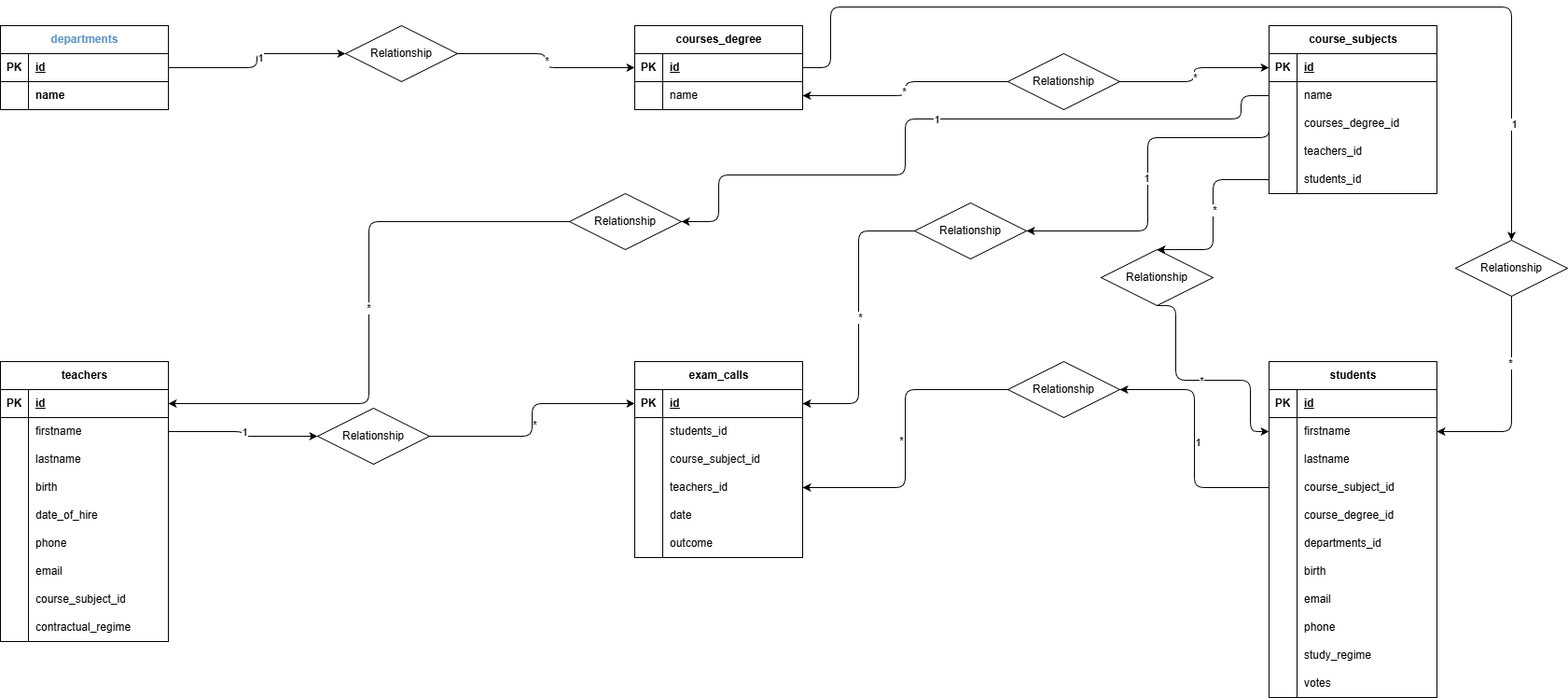
SimoneZoroddu/db-university keeps this draw.io diagram as schema.png. Above is the earlier version. Source tidied: cells renumbered, new cells last; positions are measured from the earlier drawing's top-left corner, leaving out a move shared by most shapes.
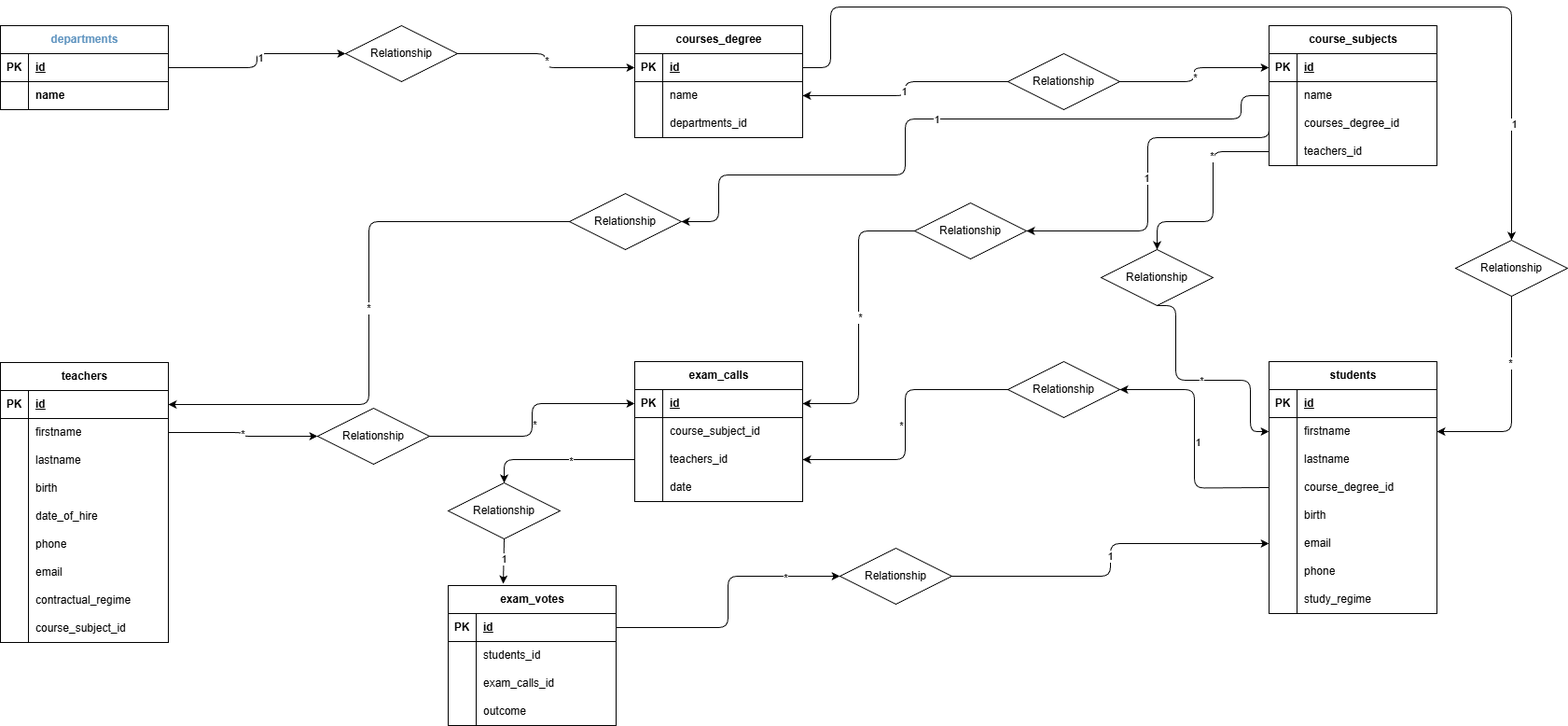
After the commit.

Commit message:
adjust votes and some cardinality

Change to the diagram source:
```diff
@@ -26,3 +26,3 @@
     <mxCell id="9" value="courses_degree" style="shape=table;startSize=30;rowLines=0;fontStyle=1;align=center;html=1;" parent="1" vertex="1">
-      <mxGeometry x="680" y="20" width="180" height="90" as="geometry" />
+      <mxGeometry x="680" y="20" width="180" height="120" as="geometry" />
     </mxCell>
@@ -46,4 +46,13 @@
     </mxCell>
+    <mxCell id="153" style="shape=tableRow;horizontal=0;startSize=0;swimlaneHead=0;swimlaneBody=0;fillColor=none;top=0;left=0;right=0;bottom=0;" parent="9" vertex="1">
+      <mxGeometry y="90" width="180" height="30" as="geometry" />
+    </mxCell>
+    <mxCell id="154" style="shape=partialRectangle;fillColor=none;top=0;left=0;bottom=0;right=0;overflow=hidden;whiteSpace=wrap;html=1;" parent="153" vertex="1">
+      <mxGeometry width="30" height="30" as="geometry" />
+    </mxCell>
+    <mxCell id="97" value="departments_id" style="shape=partialRectangle;fillColor=none;top=0;left=0;bottom=0;right=0;align=left;spacingLeft=6;overflow=hidden;whiteSpace=wrap;html=1;" parent="153" vertex="1">
+      <mxGeometry x="30" width="150" height="30" as="geometry" />
+    </mxCell>
     <mxCell id="16" value="course_subjects" style="shape=table;startSize=30;rowLines=0;fontStyle=1;align=center;html=1;" parent="1" vertex="1">
-      <mxGeometry x="1360" y="20" width="180" height="180" as="geometry" />
+      <mxGeometry x="1360" y="20" width="180" height="150" as="geometry" />
     </mxCell>
@@ -85,13 +94,4 @@
     </mxCell>
-    <mxCell id="29" style="shape=tableRow;horizontal=0;startSize=0;swimlaneHead=0;swimlaneBody=0;fillColor=none;points=[[0,0.5],[1,0.5]];portConstraint=eastwest;top=0;left=0;right=0;bottom=0;" parent="16" vertex="1">
-      <mxGeometry y="150" width="180" height="30" as="geometry" />
-    </mxCell>
-    <mxCell id="30" style="shape=partialRectangle;fillColor=none;top=0;left=0;bottom=0;right=0;overflow=hidden;whiteSpace=wrap;html=1;" parent="29" vertex="1">
-      <mxGeometry width="30" height="30" as="geometry" />
-    </mxCell>
-    <mxCell id="31" value="students_id" style="shape=partialRectangle;fillColor=none;top=0;left=0;bottom=0;right=0;align=left;spacingLeft=6;overflow=hidden;whiteSpace=wrap;html=1;" parent="29" vertex="1">
-      <mxGeometry x="30" width="150" height="30" as="geometry" />
-    </mxCell>
     <mxCell id="32" value="teachers" style="shape=table;startSize=30;rowLines=0;fontStyle=1;align=center;html=1;" parent="1" vertex="1">
-      <mxGeometry y="380" width="180" height="300" as="geometry" />
+      <mxGeometry y="381" width="180" height="300" as="geometry" />
     </mxCell>
@@ -166,3 +166,3 @@
     </mxCell>
-    <mxCell id="56" value="course_subject_id" style="shape=partialRectangle;fillColor=none;top=0;left=0;bottom=0;right=0;align=left;spacingLeft=6;overflow=hidden;whiteSpace=wrap;html=1;" parent="54" vertex="1">
+    <mxCell id="56" value="contractual_regime" style="shape=partialRectangle;fillColor=none;top=0;left=0;bottom=0;right=0;align=left;spacingLeft=6;overflow=hidden;whiteSpace=wrap;html=1;" parent="54" vertex="1">
       <mxGeometry x="30" width="150" height="30" as="geometry" />
@@ -175,3 +175,3 @@
     </mxCell>
-    <mxCell id="59" value="contractual_regime" style="shape=partialRectangle;fillColor=none;top=0;left=0;bottom=0;right=0;align=left;spacingLeft=6;overflow=hidden;whiteSpace=wrap;html=1;" parent="57" vertex="1">
+    <mxCell id="59" value="course_subject_id" style="shape=partialRectangle;fillColor=none;top=0;left=0;bottom=0;right=0;align=left;spacingLeft=6;overflow=hidden;whiteSpace=wrap;html=1;" parent="57" vertex="1">
       <mxGeometry x="30" width="150" height="30" as="geometry" />
@@ -179,3 +179,3 @@
     <mxCell id="60" value="exam_calls" style="shape=table;startSize=30;rowLines=0;fontStyle=1;align=center;html=1;" parent="1" vertex="1">
-      <mxGeometry x="680" y="380" width="180" height="210" as="geometry" />
+      <mxGeometry x="680" y="380" width="180" height="150" as="geometry" />
     </mxCell>
@@ -190,13 +190,4 @@
     </mxCell>
-    <mxCell id="64" style="shape=tableRow;horizontal=0;startSize=0;swimlaneHead=0;swimlaneBody=0;fillColor=none;top=0;left=0;right=0;bottom=0;" parent="60" vertex="1">
-      <mxGeometry y="60" width="180" height="30" as="geometry" />
-    </mxCell>
-    <mxCell id="65" style="shape=partialRectangle;fillColor=none;top=0;left=0;bottom=0;right=0;overflow=hidden;whiteSpace=wrap;html=1;" parent="64" vertex="1">
-      <mxGeometry width="30" height="30" as="geometry" />
-    </mxCell>
-    <mxCell id="66" value="students_id" style="shape=partialRectangle;fillColor=none;top=0;left=0;bottom=0;right=0;align=left;spacingLeft=6;overflow=hidden;whiteSpace=wrap;html=1;" parent="64" vertex="1">
-      <mxGeometry x="30" width="150" height="30" as="geometry" />
-    </mxCell>
     <mxCell id="67" style="shape=tableRow;horizontal=0;startSize=0;swimlaneHead=0;swimlaneBody=0;fillColor=none;top=0;left=0;right=0;bottom=0;" parent="60" vertex="1">
-      <mxGeometry y="90" width="180" height="30" as="geometry" />
+      <mxGeometry y="60" width="180" height="30" as="geometry" />
     </mxCell>
@@ -209,3 +200,3 @@
     <mxCell id="70" style="shape=tableRow;horizontal=0;startSize=0;swimlaneHead=0;swimlaneBody=0;fillColor=none;points=[[0,0.5],[1,0.5]];portConstraint=eastwest;top=0;left=0;right=0;bottom=0;" parent="60" vertex="1">
-      <mxGeometry y="120" width="180" height="30" as="geometry" />
+      <mxGeometry y="90" width="180" height="30" as="geometry" />
     </mxCell>
@@ -218,3 +209,3 @@
     <mxCell id="73" style="shape=tableRow;horizontal=0;startSize=0;swimlaneHead=0;swimlaneBody=0;fillColor=none;top=0;left=0;right=0;bottom=0;" parent="60" vertex="1">
-      <mxGeometry y="150" width="180" height="30" as="geometry" />
+      <mxGeometry y="120" width="180" height="30" as="geometry" />
     </mxCell>
@@ -226,13 +217,4 @@
     </mxCell>
-    <mxCell id="76" style="shape=tableRow;horizontal=0;startSize=0;swimlaneHead=0;swimlaneBody=0;fillColor=none;top=0;left=0;right=0;bottom=0;" parent="60" vertex="1">
-      <mxGeometry y="180" width="180" height="30" as="geometry" />
-    </mxCell>
-    <mxCell id="77" style="shape=partialRectangle;fillColor=none;top=0;left=0;bottom=0;right=0;overflow=hidden;whiteSpace=wrap;html=1;" parent="76" vertex="1">
-      <mxGeometry width="30" height="30" as="geometry" />
-    </mxCell>
-    <mxCell id="78" value="outcome" style="shape=partialRectangle;fillColor=none;top=0;left=0;bottom=0;right=0;align=left;spacingLeft=6;overflow=hidden;whiteSpace=wrap;html=1;" parent="76" vertex="1">
-      <mxGeometry x="30" width="150" height="30" as="geometry" />
-    </mxCell>
     <mxCell id="79" value="students" style="shape=table;startSize=30;rowLines=0;fontStyle=1;align=center;html=1;" parent="1" vertex="1">
-      <mxGeometry x="1360" y="380" width="180" height="360" as="geometry" />
+      <mxGeometry x="1360" y="380" width="180" height="270" as="geometry" />
     </mxCell>
@@ -265,13 +247,4 @@
     </mxCell>
-    <mxCell id="89" style="shape=tableRow;horizontal=0;startSize=0;swimlaneHead=0;swimlaneBody=0;fillColor=none;points=[[0,0.5],[1,0.5]];portConstraint=eastwest;top=0;left=0;right=0;bottom=0;" parent="79" vertex="1">
-      <mxGeometry y="120" width="180" height="30" as="geometry" />
-    </mxCell>
-    <mxCell id="90" style="shape=partialRectangle;fillColor=none;top=0;left=0;bottom=0;right=0;overflow=hidden;whiteSpace=wrap;html=1;" parent="89" vertex="1">
-      <mxGeometry width="30" height="30" as="geometry" />
-    </mxCell>
-    <mxCell id="91" value="course_subject_id" style="shape=partialRectangle;fillColor=none;top=0;left=0;bottom=0;right=0;align=left;spacingLeft=6;overflow=hidden;whiteSpace=wrap;html=1;" parent="89" vertex="1">
-      <mxGeometry x="30" width="150" height="30" as="geometry" />
-    </mxCell>
     <mxCell id="92" style="shape=tableRow;horizontal=0;startSize=0;swimlaneHead=0;swimlaneBody=0;fillColor=none;top=0;left=0;right=0;bottom=0;" parent="79" vertex="1">
-      <mxGeometry y="150" width="180" height="30" as="geometry" />
+      <mxGeometry y="120" width="180" height="30" as="geometry" />
     </mxCell>
@@ -283,13 +256,4 @@
     </mxCell>
-    <mxCell id="95" style="shape=tableRow;horizontal=0;startSize=0;swimlaneHead=0;swimlaneBody=0;fillColor=none;top=0;left=0;right=0;bottom=0;" parent="79" vertex="1">
-      <mxGeometry y="180" width="180" height="30" as="geometry" />
-    </mxCell>
-    <mxCell id="96" style="shape=partialRectangle;fillColor=none;top=0;left=0;bottom=0;right=0;overflow=hidden;whiteSpace=wrap;html=1;" parent="95" vertex="1">
-      <mxGeometry width="30" height="30" as="geometry" />
-    </mxCell>
-    <mxCell id="97" value="departments_id" style="shape=partialRectangle;fillColor=none;top=0;left=0;bottom=0;right=0;align=left;spacingLeft=6;overflow=hidden;whiteSpace=wrap;html=1;" parent="95" vertex="1">
-      <mxGeometry x="30" width="150" height="30" as="geometry" />
-    </mxCell>
     <mxCell id="98" style="shape=tableRow;horizontal=0;startSize=0;swimlaneHead=0;swimlaneBody=0;fillColor=none;top=0;left=0;right=0;bottom=0;" parent="79" vertex="1">
-      <mxGeometry y="210" width="180" height="30" as="geometry" />
+      <mxGeometry y="150" width="180" height="30" as="geometry" />
     </mxCell>
@@ -302,3 +266,3 @@
     <mxCell id="101" style="shape=tableRow;horizontal=0;startSize=0;swimlaneHead=0;swimlaneBody=0;fillColor=none;points=[[0,0.5],[1,0.5]];portConstraint=eastwest;top=0;left=0;right=0;bottom=0;" parent="79" vertex="1">
-      <mxGeometry y="240" width="180" height="30" as="geometry" />
+      <mxGeometry y="180" width="180" height="30" as="geometry" />
     </mxCell>
@@ -311,3 +275,3 @@
     <mxCell id="104" style="shape=tableRow;horizontal=0;startSize=0;swimlaneHead=0;swimlaneBody=0;fillColor=none;top=0;left=0;right=0;bottom=0;" parent="79" vertex="1">
-      <mxGeometry y="270" width="180" height="30" as="geometry" />
+      <mxGeometry y="210" width="180" height="30" as="geometry" />
     </mxCell>
@@ -320,3 +284,3 @@
     <mxCell id="107" style="shape=tableRow;horizontal=0;startSize=0;swimlaneHead=0;swimlaneBody=0;fillColor=none;top=0;left=0;right=0;bottom=0;" parent="79" vertex="1">
-      <mxGeometry y="300" width="180" height="30" as="geometry" />
+      <mxGeometry y="240" width="180" height="30" as="geometry" />
     </mxCell>
@@ -328,11 +292,2 @@
     </mxCell>
-    <mxCell id="110" style="shape=tableRow;horizontal=0;startSize=0;swimlaneHead=0;swimlaneBody=0;fillColor=none;top=0;left=0;right=0;bottom=0;" parent="79" vertex="1">
-      <mxGeometry y="330" width="180" height="30" as="geometry" />
-    </mxCell>
-    <mxCell id="111" style="shape=partialRectangle;fillColor=none;top=0;left=0;bottom=0;right=0;overflow=hidden;whiteSpace=wrap;html=1;" parent="110" vertex="1">
-      <mxGeometry width="30" height="30" as="geometry" />
-    </mxCell>
-    <mxCell id="112" value="votes" style="shape=partialRectangle;fillColor=none;top=0;left=0;bottom=0;right=0;align=left;spacingLeft=6;overflow=hidden;whiteSpace=wrap;html=1;" parent="110" vertex="1">
-      <mxGeometry x="30" width="150" height="30" as="geometry" />
-    </mxCell>
     <mxCell id="113" style="edgeStyle=orthogonalEdgeStyle;html=1;exitX=1;exitY=0.5;exitDx=0;exitDy=0;entryX=0;entryY=0.5;entryDx=0;entryDy=0;" parent="1" edge="1" source="115" target="10">
@@ -355,3 +310,3 @@
     </mxCell>
-    <mxCell id="119" value="*" style="edgeLabel;html=1;align=center;verticalAlign=middle;" parent="118" vertex="1">
+    <mxCell id="119" value="1" style="edgeLabel;html=1;align=center;verticalAlign=middle;" parent="118" vertex="1">
       <mxGeometry x="0.02" y="-2" relative="1" as="geometry" />
@@ -401,15 +356,6 @@
     </mxCell>
-    <mxCell id="132" style="edgeStyle=orthogonalEdgeStyle;html=1;exitX=0;exitY=0.5;exitDx=0;exitDy=0;entryX=0.5;entryY=0;entryDx=0;entryDy=0;" parent="1" edge="1" source="29" target="129">
-      <mxGeometry relative="1" as="geometry">
-        <Array as="points">
-          <mxPoint x="1300" y="185" />
-          <mxPoint x="1300" y="260" />
-        </Array>
-      </mxGeometry>
-    </mxCell>
-    <mxCell id="133" value="*" style="edgeLabel;html=1;align=center;verticalAlign=middle;" parent="132" vertex="1">
-      <mxGeometry x="-0.06" y="1" relative="1" as="geometry" />
-    </mxCell>
-    <mxCell id="134" style="edgeStyle=orthogonalEdgeStyle;html=1;exitX=0;exitY=0.5;exitDx=0;exitDy=0;entryX=1;entryY=0.5;entryDx=0;entryDy=0;" parent="1" edge="1" source="89" target="126">
-      <mxGeometry relative="1" as="geometry" />
+    <mxCell id="134" style="edgeStyle=orthogonalEdgeStyle;html=1;exitX=0;exitY=0.5;exitDx=0;exitDy=0;entryX=1;entryY=0.5;entryDx=0;entryDy=0;" parent="1" edge="1" target="126">
+      <mxGeometry relative="1" as="geometry">
+        <mxPoint x="1360" y="515" as="sourcePoint" />
+      </mxGeometry>
     </mxCell>
@@ -466,5 +412,5 @@
     </mxCell>
-    <mxCell id="147" value="1" style="edgeLabel;html=1;align=center;verticalAlign=middle;" parent="146" vertex="1">
-      <mxGeometry x="-0.03" y="1" relative="1" as="geometry" />
-    </mxCell>
+    <mxCell id="155" value="*" style="edgeLabel;html=1;align=center;verticalAlign=middle;" parent="146" vertex="1">
+      <mxGeometry x="-0.01" y="-1" relative="1" as="geometry" />
+    </mxCell>
     <mxCell id="148" style="edgeStyle=orthogonalEdgeStyle;html=1;exitX=0.5;exitY=1;exitDx=0;exitDy=0;entryX=1;entryY=0.5;entryDx=0;entryDy=0;" parent="1" edge="1" source="150" target="83">
@@ -490,2 +436,83 @@
     </mxCell>
+    <mxCell id="156" style="edgeStyle=orthogonalEdgeStyle;html=1;exitX=0;exitY=0.5;exitDx=0;exitDy=0;entryX=0.5;entryY=0;entryDx=0;entryDy=0;" parent="1" edge="1" source="26" target="129">
+      <mxGeometry relative="1" as="geometry">
+        <Array as="points">
+          <mxPoint x="1300" y="155" />
+          <mxPoint x="1300" y="230" />
+          <mxPoint x="1240" y="230" />
+        </Array>
+      </mxGeometry>
+    </mxCell>
+    <mxCell id="157" value="*" style="edgeLabel;html=1;align=center;verticalAlign=middle;" parent="156" vertex="1">
+      <mxGeometry x="-0.43" y="-2" relative="1" as="geometry" />
+    </mxCell>
+    <mxCell id="158" value="exam_votes" style="shape=table;startSize=30;rowLines=0;fontStyle=1;align=center;html=1;" parent="1" vertex="1">
+      <mxGeometry x="480" y="620" width="180" height="150" as="geometry" />
+    </mxCell>
+    <mxCell id="159" style="shape=tableRow;horizontal=0;startSize=0;swimlaneHead=0;swimlaneBody=0;fillColor=none;points=[[0,0.5],[1,0.5]];portConstraint=eastwest;top=0;left=0;right=0;bottom=1;" parent="158" vertex="1">
+      <mxGeometry y="30" width="180" height="30" as="geometry" />
+    </mxCell>
+    <mxCell id="160" value="PK" style="shape=partialRectangle;fillColor=none;top=0;left=0;bottom=0;right=0;fontStyle=1;overflow=hidden;whiteSpace=wrap;html=1;" parent="159" vertex="1">
+      <mxGeometry width="30" height="30" as="geometry" />
+    </mxCell>
+    <mxCell id="161" value="id" style="shape=partialRectangle;fillColor=none;top=0;left=0;bottom=0;right=0;align=left;spacingLeft=6;fontStyle=5;overflow=hidden;whiteSpace=wrap;html=1;" parent="159" vertex="1">
+      <mxGeometry x="30" width="150" height="30" as="geometry" />
+    </mxCell>
+    <mxCell id="64" style="shape=tableRow;horizontal=0;startSize=0;swimlaneHead=0;swimlaneBody=0;fillColor=none;top=0;left=0;right=0;bottom=0;" parent="158" vertex="1">
+      <mxGeometry y="60" width="180" height="30" as="geometry" />
+    </mxCell>
+    <mxCell id="162" style="shape=partialRectangle;fillColor=none;top=0;left=0;bottom=0;right=0;overflow=hidden;whiteSpace=wrap;html=1;" parent="64" vertex="1">
+      <mxGeometry width="30" height="30" as="geometry" />
+    </mxCell>
+    <mxCell id="163" value="students_id" style="shape=partialRectangle;fillColor=none;top=0;left=0;bottom=0;right=0;align=left;spacingLeft=6;overflow=hidden;whiteSpace=wrap;html=1;" parent="64" vertex="1">
+      <mxGeometry x="30" width="150" height="30" as="geometry" />
+    </mxCell>
+    <mxCell id="164" style="shape=tableRow;horizontal=0;startSize=0;swimlaneHead=0;swimlaneBody=0;fillColor=none;top=0;left=0;right=0;bottom=0;" parent="158" vertex="1">
+      <mxGeometry y="90" width="180" height="30" as="geometry" />
+    </mxCell>
+    <mxCell id="165" style="shape=partialRectangle;fillColor=none;top=0;left=0;bottom=0;right=0;overflow=hidden;whiteSpace=wrap;html=1;" parent="164" vertex="1">
+      <mxGeometry width="30" height="30" as="geometry" />
+    </mxCell>
+    <mxCell id="166" value="exam_calls_id" style="shape=partialRectangle;fillColor=none;top=0;left=0;bottom=0;right=0;align=left;spacingLeft=6;overflow=hidden;whiteSpace=wrap;html=1;" parent="164" vertex="1">
+      <mxGeometry x="30" width="150" height="30" as="geometry" />
+    </mxCell>
+    <mxCell id="89" style="shape=tableRow;horizontal=0;startSize=0;swimlaneHead=0;swimlaneBody=0;fillColor=none;points=[[0,0.5],[1,0.5]];portConstraint=eastwest;top=0;left=0;right=0;bottom=0;" parent="158" vertex="1">
+      <mxGeometry y="120" width="180" height="30" as="geometry" />
+    </mxCell>
+    <mxCell id="167" style="shape=partialRectangle;fillColor=none;top=0;left=0;bottom=0;right=0;overflow=hidden;whiteSpace=wrap;html=1;" parent="89" vertex="1">
+      <mxGeometry width="30" height="30" as="geometry" />
+    </mxCell>
+    <mxCell id="78" value="outcome" style="shape=partialRectangle;fillColor=none;top=0;left=0;bottom=0;right=0;align=left;spacingLeft=6;overflow=hidden;whiteSpace=wrap;html=1;" parent="89" vertex="1">
+      <mxGeometry x="30" width="150" height="30" as="geometry" />
+    </mxCell>
+    <mxCell id="168" value="Relationship" style="shape=rhombus;perimeter=rhombusPerimeter;whiteSpace=wrap;html=1;align=center;" parent="1" vertex="1">
+      <mxGeometry x="480" y="510" width="120" height="60" as="geometry" />
+    </mxCell>
+    <mxCell id="169" style="edgeStyle=orthogonalEdgeStyle;html=1;exitX=0;exitY=0.5;exitDx=0;exitDy=0;entryX=0.5;entryY=0;entryDx=0;entryDy=0;" parent="1" edge="1" source="70" target="168">
+      <mxGeometry relative="1" as="geometry" />
+    </mxCell>
+    <mxCell id="170" value="*" style="edgeLabel;html=1;align=center;verticalAlign=middle;" parent="169" vertex="1">
+      <mxGeometry x="-0.16" y="1" relative="1" as="geometry" />
+    </mxCell>
+    <mxCell id="171" style="edgeStyle=none;html=1;exitX=0.5;exitY=1;exitDx=0;exitDy=0;entryX=0.328;entryY=-0.013;entryDx=0;entryDy=0;entryPerimeter=0;" parent="1" edge="1" source="168" target="158">
+      <mxGeometry relative="1" as="geometry" />
+    </mxCell>
+    <mxCell id="172" value="1" style="edgeLabel;html=1;align=center;verticalAlign=middle;" parent="171" vertex="1">
+      <mxGeometry x="-0.08" relative="1" as="geometry" />
+    </mxCell>
+    <mxCell id="173" style="edgeStyle=orthogonalEdgeStyle;html=1;exitX=1;exitY=0.5;exitDx=0;exitDy=0;entryX=0;entryY=0.5;entryDx=0;entryDy=0;" parent="1" edge="1" source="175" target="101">
+      <mxGeometry relative="1" as="geometry" />
+    </mxCell>
+    <mxCell id="174" value="1" style="edgeLabel;html=1;align=center;verticalAlign=middle;" parent="173" vertex="1">
+      <mxGeometry x="0.02" y="1" relative="1" as="geometry" />
+    </mxCell>
+    <mxCell id="175" value="Relationship" style="shape=rhombus;perimeter=rhombusPerimeter;whiteSpace=wrap;html=1;align=center;" parent="1" vertex="1">
+      <mxGeometry x="900" y="580" width="120" height="60" as="geometry" />
+    </mxCell>
+    <mxCell id="176" style="edgeStyle=orthogonalEdgeStyle;html=1;exitX=1;exitY=0.5;exitDx=0;exitDy=0;entryX=0;entryY=0.5;entryDx=0;entryDy=0;" parent="1" edge="1" source="159" target="175">
+      <mxGeometry relative="1" as="geometry" />
+    </mxCell>
+    <mxCell id="177" value="*" style="edgeLabel;html=1;align=center;verticalAlign=middle;" parent="176" vertex="1">
+      <mxGeometry x="0.6" y="-1" relative="1" as="geometry" />
+    </mxCell>
   </root>
```
